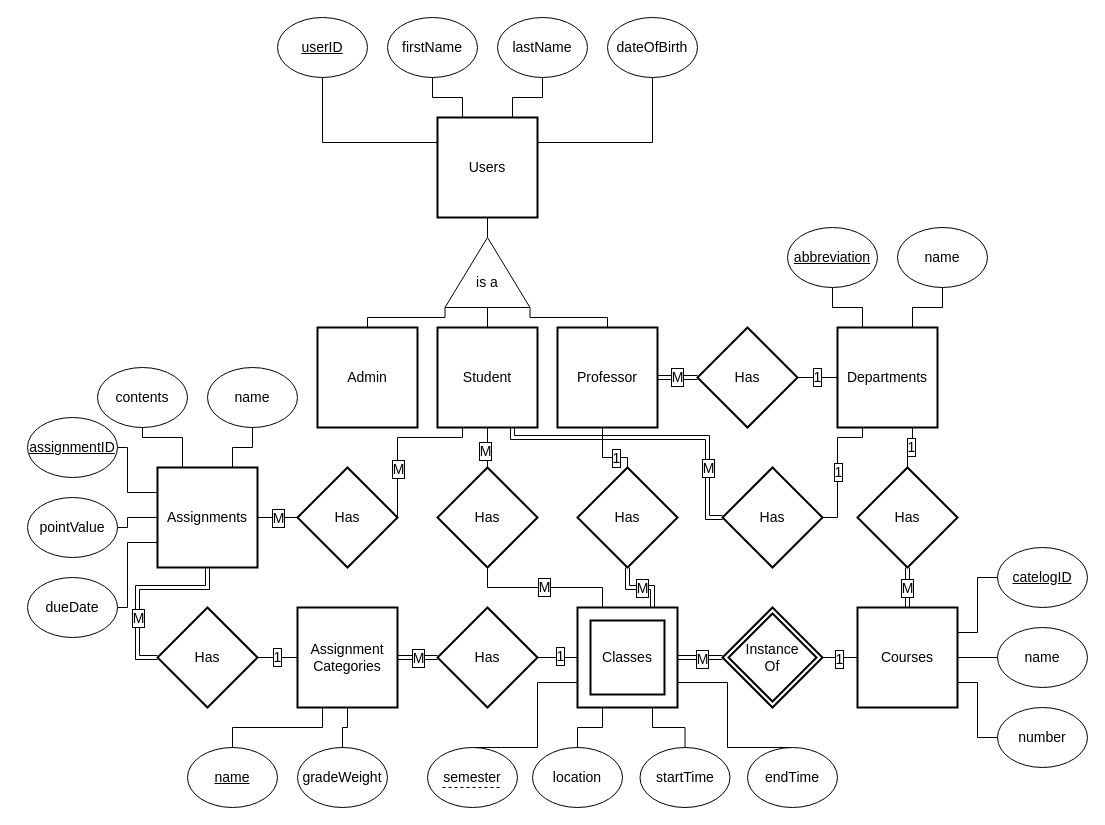
The draw.io diagram 6016/project_Phase_1/project_ER_Model.drawio in erikpoole/Masters-of-Software-Developement, before the edit. Source tidied: cells renumbered, new cells numbered last; positions are measured from the earlier drawing's top-left corner, leaving out a move shared by most shapes. Both pictures are drawn from the tidied source at 100%, with x=0, y=0 at pixel (27, 17).
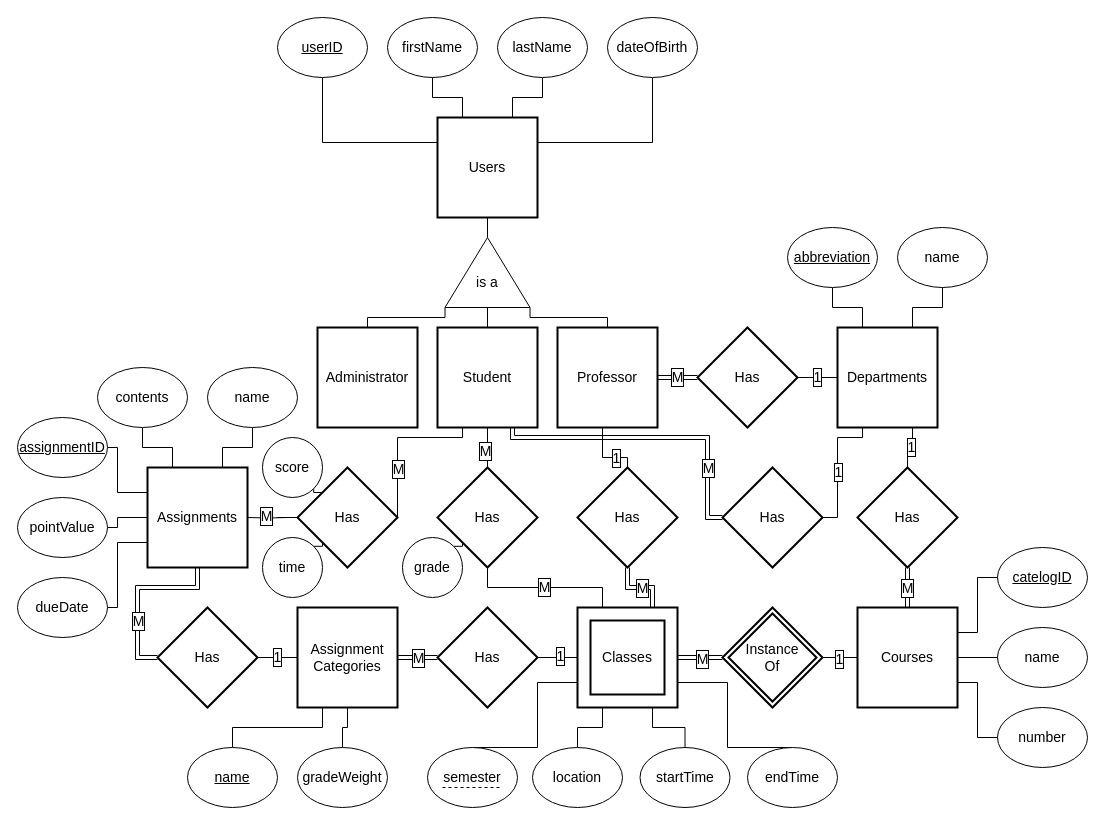
Above is the later version.

Commit message (it also covers changes not shown here):
ER Diagram for Phase 1 complete

Unchanged cells that the change refers to:
```xml
<mxCell id="67" value="Has" style="shape=rhombus;strokeWidth=2;fontSize=17;perimeter=rhombusPerimeter;whiteSpace=wrap;html=1;align=center;fontSize=14;" parent="1" vertex="1">
  <mxGeometry x="410" y="450" width="100" height="100" as="geometry" />
</mxCell>
<mxCell id="81" value="Has" style="shape=rhombus;strokeWidth=2;fontSize=17;perimeter=rhombusPerimeter;whiteSpace=wrap;html=1;align=center;fontSize=14;" parent="1" vertex="1">
  <mxGeometry x="270" y="450" width="100" height="100" as="geometry" />
</mxCell>
<mxCell id="94" value="contents" style="ellipse;whiteSpace=wrap;html=1;fontSize=14;" parent="1" vertex="1">
  <mxGeometry x="70" y="350" width="90" height="60" as="geometry" />
</mxCell>
<mxCell id="98" value="name" style="ellipse;whiteSpace=wrap;html=1;fontSize=14;" parent="1" vertex="1">
  <mxGeometry x="180" y="350" width="90" height="60" as="geometry" />
</mxCell>
```

Diff of the diagram source:
```diff
@@
-    <mxCell id="20" value="Admin" style="strokeWidth=2;whiteSpace=wrap;html=1;align=center;fontSize=14;" parent="1" vertex="1">
+    <mxCell id="20" value="Administrator" style="strokeWidth=2;whiteSpace=wrap;html=1;align=center;fontSize=14;" parent="1" vertex="1">
       <mxGeometry x="290" y="310" width="100" height="100" as="geometry" />
     </mxCell>
@@
-    <mxCell id="79" style="edgeStyle=orthogonalEdgeStyle;rounded=0;jumpSize=6;jettySize=auto;html=1;exitX=0;exitY=0.5;exitDx=0;exitDy=0;entryX=1;entryY=0.5;entryDx=0;entryDy=0;endArrow=none;endFill=0;fontSize=14;" parent="1" edge="1" source="81" target="86">
-      <mxGeometry relative="1" as="geometry" />
+    <mxCell id="79" style="edgeStyle=orthogonalEdgeStyle;rounded=0;jumpSize=6;jettySize=auto;html=1;exitX=0;exitY=0.5;exitDx=0;exitDy=0;entryX=1;entryY=0.5;entryDx=0;entryDy=0;endArrow=none;endFill=0;fontSize=14;" parent="1" edge="1" target="86">
+      <mxGeometry relative="1" as="geometry">
+        <mxPoint x="260" y="500" as="sourcePoint" />
+      </mxGeometry>
     </mxCell>
@@
+    <mxCell id="99" style="edgeStyle=orthogonalEdgeStyle;rounded=0;jettySize=auto;html=1;exitX=0;exitY=0.5;exitDx=0;exitDy=0;endArrow=none;endFill=0;" parent="1" edge="1" source="81">
+      <mxGeometry relative="1" as="geometry">
+        <mxPoint x="250" y="500" as="targetPoint" />
+      </mxGeometry>
+    </mxCell>
+    <mxCell id="100" style="edgeStyle=orthogonalEdgeStyle;rounded=0;jettySize=auto;html=1;exitX=0;exitY=0;exitDx=0;exitDy=0;entryX=1;entryY=1;entryDx=0;entryDy=0;endArrow=none;endFill=0;" parent="1" edge="1" source="81" target="106">
+      <mxGeometry relative="1" as="geometry" />
+    </mxCell>
@@
-    <mxCell id="84" style="edgeStyle=orthogonalEdgeStyle;rounded=0;jumpSize=6;jettySize=auto;html=1;exitX=0;exitY=0.75;exitDx=0;exitDy=0;entryX=1;entryY=0.5;entryDx=0;entryDy=0;endArrow=none;endFill=0;fontSize=14;" parent="1" edge="1" source="86" target="91">
+    <mxCell id="84" style="edgeStyle=orthogonalEdgeStyle;rounded=0;jumpSize=6;jettySize=auto;html=1;exitX=0;exitY=0.75;exitDx=0;exitDy=0;entryX=1;entryY=0.5;entryDx=0;entryDy=0;endArrow=none;endFill=0;fontSize=14;" parent="1" edge="1" source="86">
       <mxGeometry relative="1" as="geometry">
+        <mxPoint x="80" y="590" as="targetPoint" />
         <Array as="points">
-          <mxPoint x="100" y="525" />
-          <mxPoint x="100" y="590" />
+          <mxPoint x="90" y="525" />
+          <mxPoint x="90" y="590" />
         </Array>
       </mxGeometry>
     </mxCell>
-    <mxCell id="85" style="edgeStyle=orthogonalEdgeStyle;rounded=0;jumpSize=6;jettySize=auto;html=1;exitX=0.25;exitY=0;exitDx=0;exitDy=0;entryX=0.5;entryY=1;entryDx=0;entryDy=0;endArrow=none;endFill=0;fontSize=14;" parent="1" edge="1" source="86" target="94">
-      <mxGeometry relative="1" as="geometry">
-        <Array as="points">
-          <mxPoint x="155" y="420" />
-          <mxPoint x="115" y="420" />
-        </Array>
-      </mxGeometry>
-    </mxCell>
     <mxCell id="86" value="Assignments" style="strokeWidth=2;whiteSpace=wrap;html=1;align=center;fontSize=14;" parent="1" vertex="1">
-      <mxGeometry x="130" y="450" width="100" height="100" as="geometry" />
+      <mxGeometry x="120" y="450" width="100" height="100" as="geometry" />
     </mxCell>
@@
     <mxCell id="91" value="dueDate" style="ellipse;whiteSpace=wrap;html=1;fontSize=14;" parent="1" vertex="1">
-      <mxGeometry y="560" width="90" height="60" as="geometry" />
+      <mxGeometry x="-10" y="560" width="90" height="60" as="geometry" />
     </mxCell>
     <mxCell id="92" style="edgeStyle=orthogonalEdgeStyle;rounded=0;jumpSize=6;jettySize=auto;html=1;exitX=1;exitY=0.5;exitDx=0;exitDy=0;entryX=0;entryY=0.5;entryDx=0;entryDy=0;endArrow=none;endFill=0;fontSize=14;" parent="1" edge="1" source="93" target="86">
       <mxGeometry relative="1" as="geometry">
         <Array as="points">
-          <mxPoint x="100" y="510" />
-          <mxPoint x="100" y="500" />
+          <mxPoint x="90" y="510" />
+          <mxPoint x="90" y="500" />
         </Array>
       </mxGeometry>
     </mxCell>
     <mxCell id="93" value="pointValue" style="ellipse;whiteSpace=wrap;html=1;fontSize=14;" parent="1" vertex="1">
-      <mxGeometry y="480" width="90" height="60" as="geometry" />
+      <mxGeometry x="-10" y="480" width="90" height="60" as="geometry" />
     </mxCell>
+    <mxCell id="101" style="edgeStyle=orthogonalEdgeStyle;rounded=0;jettySize=auto;html=1;exitX=0.5;exitY=1;exitDx=0;exitDy=0;entryX=0.25;entryY=0;entryDx=0;entryDy=0;endArrow=none;endFill=0;" parent="1" edge="1" source="94" target="86">
+      <mxGeometry relative="1" as="geometry" />
+    </mxCell>
@@
     <mxCell id="95" style="edgeStyle=orthogonalEdgeStyle;rounded=0;jumpSize=6;jettySize=auto;html=1;exitX=1;exitY=0.5;exitDx=0;exitDy=0;entryX=0;entryY=0.25;entryDx=0;entryDy=0;endArrow=none;endFill=0;fontSize=14;" parent="1" edge="1" source="96" target="86">
       <mxGeometry relative="1" as="geometry">
         <Array as="points">
-          <mxPoint x="100" y="430" />
-          <mxPoint x="100" y="475" />
+          <mxPoint x="90" y="430" />
+          <mxPoint x="90" y="475" />
         </Array>
       </mxGeometry>
     </mxCell>
     <mxCell id="96" value="&lt;u&gt;assignmentID&lt;/u&gt;" style="ellipse;whiteSpace=wrap;html=1;fontSize=14;" parent="1" vertex="1">
-      <mxGeometry y="400" width="90" height="60" as="geometry" />
+      <mxGeometry x="-10" y="400" width="90" height="60" as="geometry" />
     </mxCell>
-    <mxCell id="97" style="edgeStyle=orthogonalEdgeStyle;rounded=0;jumpSize=6;jettySize=auto;html=1;exitX=0.5;exitY=1;exitDx=0;exitDy=0;entryX=0.75;entryY=0;entryDx=0;entryDy=0;endArrow=none;endFill=0;fontSize=14;" parent="1" edge="1" source="98" target="86">
+    <mxCell id="97" style="edgeStyle=orthogonalEdgeStyle;rounded=0;jettySize=auto;html=1;exitX=0.5;exitY=1;exitDx=0;exitDy=0;entryX=0.75;entryY=0;entryDx=0;entryDy=0;endArrow=none;endFill=0;" parent="1" edge="1" source="98" target="86">
       <mxGeometry relative="1" as="geometry" />
     </mxCell>
@@
+    <mxCell id="102" style="edgeStyle=orthogonalEdgeStyle;rounded=0;jettySize=auto;html=1;exitX=1;exitY=0;exitDx=0;exitDy=0;entryX=0;entryY=1;entryDx=0;entryDy=0;endArrow=none;endFill=0;" parent="1" edge="1" source="103" target="67">
+      <mxGeometry relative="1" as="geometry" />
+    </mxCell>
+    <mxCell id="103" value="grade" style="ellipse;whiteSpace=wrap;html=1;fontSize=14;" parent="1" vertex="1">
+      <mxGeometry x="375" y="520" width="60" height="60" as="geometry" />
+    </mxCell>
+    <mxCell id="104" style="edgeStyle=orthogonalEdgeStyle;rounded=0;jettySize=auto;html=1;exitX=1;exitY=0;exitDx=0;exitDy=0;entryX=0;entryY=1;entryDx=0;entryDy=0;endArrow=none;endFill=0;" parent="1" edge="1" source="105" target="81">
+      <mxGeometry relative="1" as="geometry" />
+    </mxCell>
+    <mxCell id="105" value="time" style="ellipse;whiteSpace=wrap;html=1;fontSize=14;" parent="1" vertex="1">
+      <mxGeometry x="235" y="520" width="60" height="60" as="geometry" />
+    </mxCell>
+    <mxCell id="106" value="score" style="ellipse;whiteSpace=wrap;html=1;fontSize=14;" parent="1" vertex="1">
+      <mxGeometry x="235" y="420" width="60" height="60" as="geometry" />
+    </mxCell>
```
